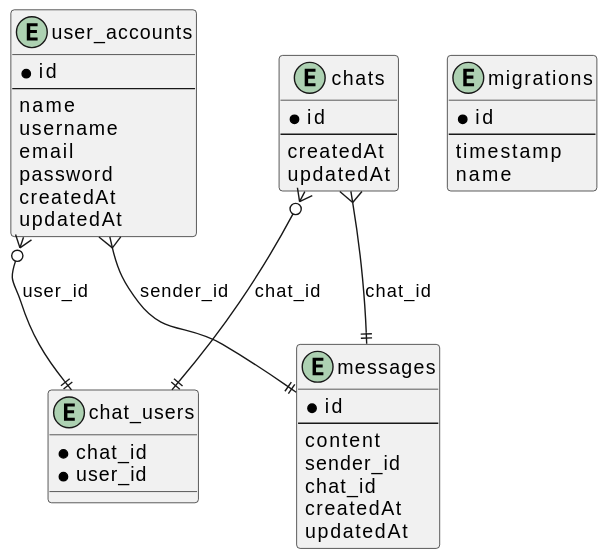
This is assets/database_diagram.svg from illiakornyk/messenger-api, a PlantUML export, as it was before one commit.
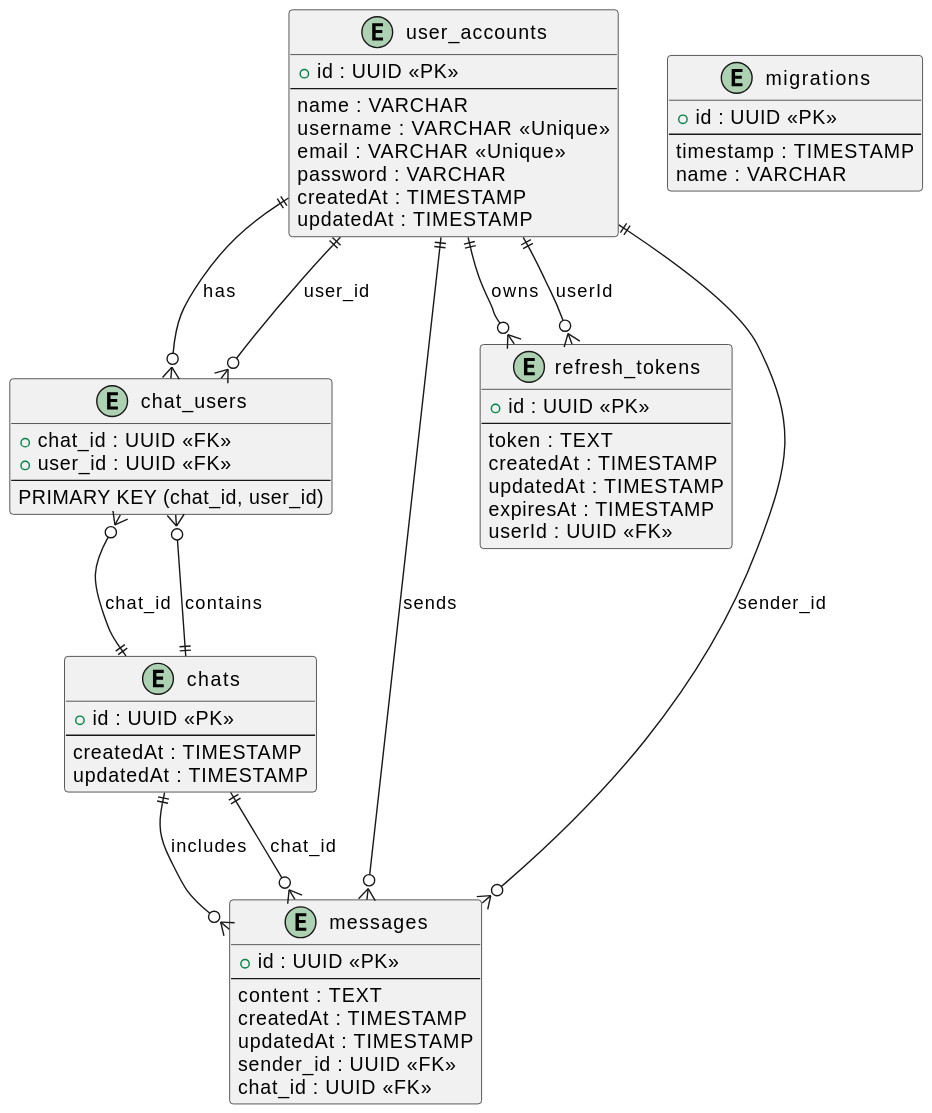
After the change.

Change to the diagram source:
```diff
@@ -1,46 +1,66 @@
 @startuml
-entity "user_accounts" as UA {
-  * id
-  --
-  name
-  username
-  email
-  password
-  createdAt
-  updatedAt
+entity "user_accounts" {
+    + id : UUID <<PK>>
+    --
+    name : VARCHAR
+    username : VARCHAR <<Unique>>
+    email : VARCHAR <<Unique>>
+    password : VARCHAR
+    createdAt : TIMESTAMP
+    updatedAt : TIMESTAMP
 }
 
-entity "chat_users" as CU {
-  * chat_id
-  * user_id
+entity "chats" {
+    + id : UUID <<PK>>
+    --
+    createdAt : TIMESTAMP
+    updatedAt : TIMESTAMP
 }
 
-entity "chats" as CH {
-  * id
-  --
-  createdAt
-  updatedAt
+entity "chat_users" {
+    + chat_id : UUID <<FK>>
+    + user_id : UUID <<FK>>
+    --
+    PRIMARY KEY (chat_id, user_id)
 }
 
-entity "messages" as M {
-  * id
-  --
-  content
-  sender_id
-  chat_id
-  createdAt
-  updatedAt
+entity "messages" {
+    + id : UUID <<PK>>
+    --
+    content : TEXT
+    createdAt : TIMESTAMP
+    updatedAt : TIMESTAMP
+    sender_id : UUID <<FK>>
+    chat_id : UUID <<FK>>
 }
 
-entity "migrations" as MG {
-  * id
-  --
-  timestamp
-  name
+entity "refresh_tokens" {
+    + id : UUID <<PK>>
+    --
+    token : TEXT
+    createdAt : TIMESTAMP
+    updatedAt : TIMESTAMP
+    expiresAt : TIMESTAMP
+    userId : UUID <<FK>>
 }
 
-UA }o--|| CU : "user_id"
-CH }o--|| CU : "chat_id"
-UA }--|| M : "sender_id"
-CH }--|| M : "chat_id"
+entity "migrations" {
+    + id : UUID <<PK>>
+    --
+    timestamp : TIMESTAMP
+    name : VARCHAR
+}
+
+user_accounts ||--o{ chat_users : "has"
+user_accounts ||--o{ messages : "sends"
+user_accounts ||--o{ refresh_tokens : "owns"
+
+chats ||--o{ chat_users : "contains"
+chats ||--o{ messages : "includes"
+
+chat_users }o--|| chats : "chat_id"
+chat_users }o--|| user_accounts : "user_id"
+messages }o--|| user_accounts : "sender_id"
+messages }o--|| chats : "chat_id"
+refresh_tokens }o--|| user_accounts : "userId"
 @enduml
```
